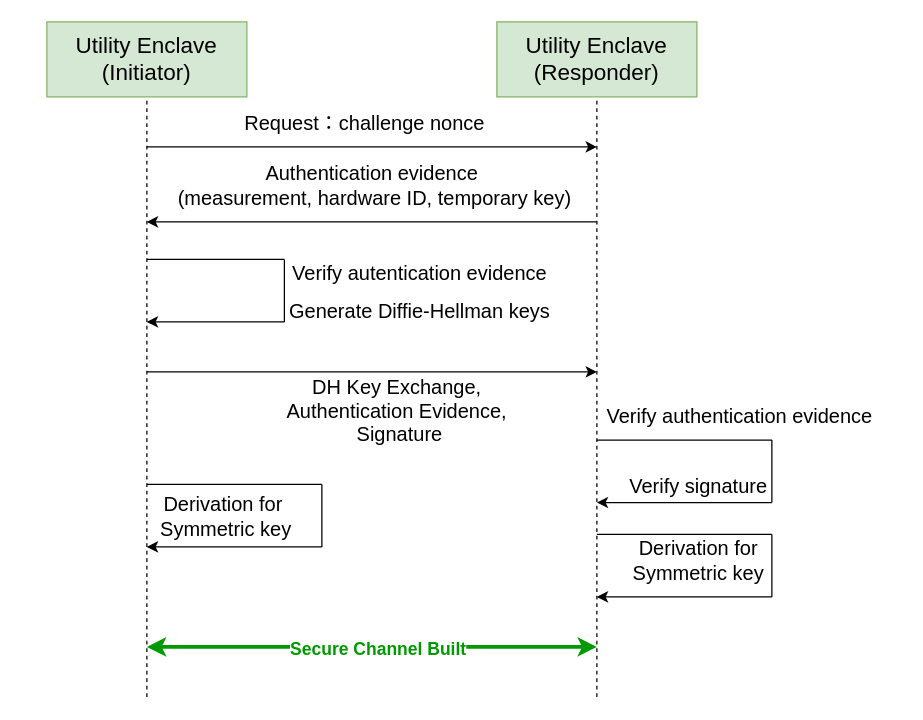
This is page "第 6 页" (6 of 19) of newarch.drawio from Zou1c/tmp, a draw.io file, before an edit. Source tidied: cells renumbered, new cells numbered last; positions are measured from the earlier drawing's top-left corner, leaving out a move shared by most shapes. Both pictures are drawn from the tidied source at 125%, with x=0, y=0 at pixel (46, 21).
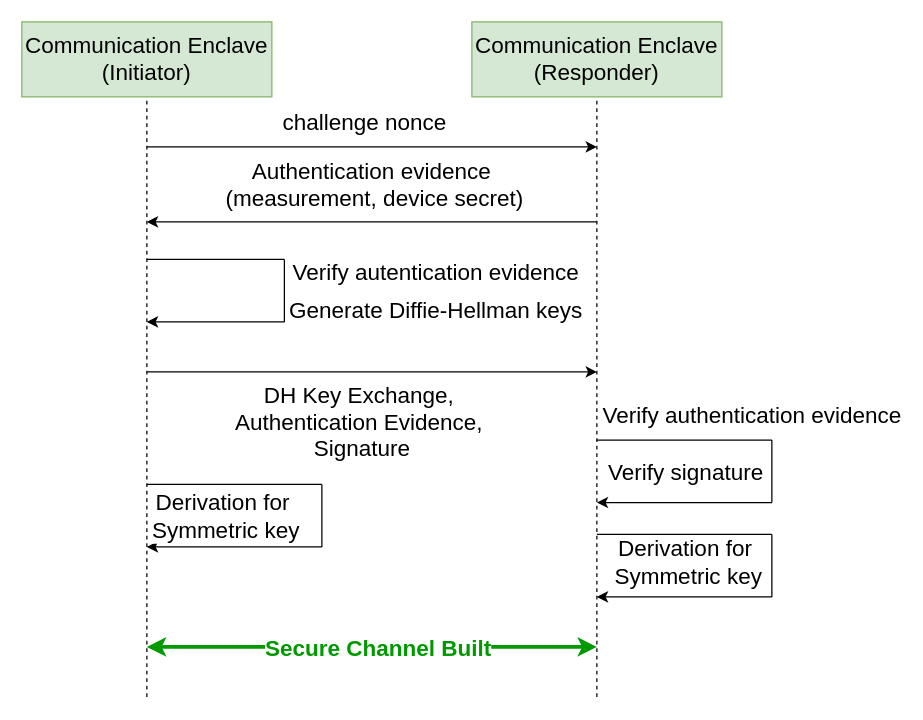
The same diagram, later.

Change to the diagram source:
```diff
@@
-    <mxCell id="2" value="Utility Enclave&lt;br&gt;(Initiator)" style="rounded=0;whiteSpace=wrap;html=1;fillColor=#d5e8d4;strokeColor=#82b366;fontSize=18;" parent="1" vertex="1">
-      <mxGeometry width="160" height="60" as="geometry" />
+    <mxCell id="2" value="Communication Enclave&lt;br&gt;(Initiator)" style="rounded=0;whiteSpace=wrap;html=1;fillColor=#d5e8d4;strokeColor=#82b366;fontSize=18;" parent="1" vertex="1">
+      <mxGeometry x="-20" width="200" height="60" as="geometry" />
     </mxCell>
-    <mxCell id="3" value="Utility Enclave&lt;br&gt;(Responder)" style="rounded=0;whiteSpace=wrap;html=1;fillColor=#d5e8d4;strokeColor=#82b366;fontSize=18;" parent="1" vertex="1">
-      <mxGeometry x="360" width="160" height="60" as="geometry" />
+    <mxCell id="3" value="Communication Enclave&lt;br&gt;(Responder)" style="rounded=0;whiteSpace=wrap;html=1;fillColor=#d5e8d4;strokeColor=#82b366;fontSize=18;" parent="1" vertex="1">
+      <mxGeometry x="340" width="200" height="60" as="geometry" />
     </mxCell>
-    <mxCell id="4" style="endArrow=none;dashed=1;html=1;rounded=0;entryX=0.5;entryY=1;entryDx=0;entryDy=0;" parent="1" edge="1" target="2">
+    <mxCell id="4" style="endArrow=none;dashed=1;html=1;rounded=0;entryX=0.5;entryY=1;entryDx=0;entryDy=0;fontSize=18;" parent="1" edge="1" target="2">
       <mxGeometry relative="1" as="geometry">
         <mxPoint x="80" y="540" as="sourcePoint" />
       </mxGeometry>
     </mxCell>
-    <mxCell id="5" style="endArrow=none;dashed=1;html=1;rounded=0;entryX=0.5;entryY=1;entryDx=0;entryDy=0;" parent="1" edge="1" target="3">
+    <mxCell id="5" style="endArrow=none;dashed=1;html=1;rounded=0;entryX=0.5;entryY=1;entryDx=0;entryDy=0;fontSize=18;" parent="1" edge="1" target="3">
       <mxGeometry relative="1" as="geometry">
         <mxPoint x="440" y="540" as="sourcePoint" />
       </mxGeometry>
     </mxCell>
-    <mxCell id="6" style="endArrow=classic;html=1;rounded=0;" parent="1" edge="1">
+    <mxCell id="6" style="endArrow=classic;html=1;rounded=0;fontSize=18;" parent="1" edge="1">
       <mxGeometry relative="1" as="geometry">
         <mxPoint x="80" y="100" as="sourcePoint" />
         <mxPoint x="440" y="100" as="targetPoint" />
       </mxGeometry>
     </mxCell>
-    <mxCell id="7" value="Request：challenge nonce" style="edgeLabel;html=1;align=center;verticalAlign=middle;fontSize=16;" parent="6" vertex="1">
+    <mxCell id="7" value="challenge nonce" style="edgeLabel;html=1;align=center;verticalAlign=middle;fontSize=18;" parent="6" vertex="1">
       <mxGeometry x="-0.04" y="2" relative="1" as="geometry">
         <mxPoint y="-18" as="offset" />
       </mxGeometry>
     </mxCell>
-    <mxCell id="8" style="endArrow=classic;html=1;rounded=0;" parent="1" edge="1">
+    <mxCell id="8" style="endArrow=classic;html=1;rounded=0;fontSize=18;" parent="1" edge="1">
       <mxGeometry relative="1" as="geometry">
         <mxPoint x="440" y="160" as="sourcePoint" />
         <mxPoint x="80" y="160" as="targetPoint" />
       </mxGeometry>
     </mxCell>
-    <mxCell id="9" value="Authentication evidence&amp;nbsp;&lt;div&gt;(measurement, hardware ID,&amp;nbsp;&lt;span style=&quot;background-color: light-dark(#ffffff, var(--ge-dark-color, #121212)); color: light-dark(rgb(0, 0, 0), rgb(255, 255, 255));&quot;&gt;temporary key&lt;/span&gt;&lt;span style=&quot;background-color: light-dark(#ffffff, var(--ge-dark-color, #121212)); color: light-dark(rgb(0, 0, 0), rgb(255, 255, 255));&quot;&gt;)&lt;/span&gt;&lt;/div&gt;" style="edgeLabel;html=1;align=center;verticalAlign=middle;fontSize=16;" parent="8" vertex="1">
+    <mxCell id="9" value="Authentication evidence&amp;nbsp;&lt;div&gt;(measurement, device secret&lt;span style=&quot;background-color: light-dark(#ffffff, var(--ge-dark-color, #121212)); color: light-dark(rgb(0, 0, 0), rgb(255, 255, 255));&quot;&gt;)&lt;/span&gt;&lt;/div&gt;" style="edgeLabel;html=1;align=center;verticalAlign=middle;fontSize=18;" parent="8" vertex="1">
       <mxGeometry x="0.04" y="-3" relative="1" as="geometry">
         <mxPoint x="8" y="-27" as="offset" />
       </mxGeometry>
     </mxCell>
-    <mxCell id="10" style="endArrow=classic;html=1;rounded=0;" parent="1" edge="1">
+    <mxCell id="10" style="endArrow=classic;html=1;rounded=0;fontSize=18;" parent="1" edge="1">
       <mxGeometry relative="1" as="geometry">
         <mxPoint x="80" y="280" as="sourcePoint" />
         <mxPoint x="440" y="280" as="targetPoint" />
       </mxGeometry>
     </mxCell>
-    <mxCell id="11" value="&lt;div&gt;DH Key Exchange,&amp;nbsp;&lt;/div&gt;&lt;div&gt;Authentication Evidence,&amp;nbsp;&lt;/div&gt;&lt;div&gt;Signature&lt;/div&gt;" style="edgeLabel;html=1;align=center;verticalAlign=middle;fontSize=16;" parent="10" vertex="1">
+    <mxCell id="11" value="&lt;div&gt;DH Key Exchange,&amp;nbsp;&lt;/div&gt;&lt;div&gt;Authentication Evidence,&amp;nbsp;&lt;/div&gt;&lt;div&gt;Signature&lt;/div&gt;" style="edgeLabel;html=1;align=center;verticalAlign=middle;fontSize=18;" parent="10" vertex="1">
       <mxGeometry x="-0.04" y="2" relative="1" as="geometry">
-        <mxPoint x="28" y="32" as="offset" />
+        <mxPoint x="-2" y="42" as="offset" />
       </mxGeometry>
     </mxCell>
-    <mxCell id="12" style="endArrow=classic;startArrow=classic;html=1;rounded=0;strokeWidth=3;strokeColor=#009900;" parent="1" edge="1">
+    <mxCell id="12" style="endArrow=classic;startArrow=classic;html=1;rounded=0;strokeWidth=3;strokeColor=#009900;fontSize=18;" parent="1" edge="1">
       <mxGeometry relative="1" as="geometry">
         <mxPoint x="80" y="500" as="sourcePoint" />
         <mxPoint x="440" y="500" as="targetPoint" />
       </mxGeometry>
     </mxCell>
-    <mxCell id="13" value="Secure Channel Built" style="edgeLabel;html=1;align=center;verticalAlign=middle;fontColor=#009900;fontStyle=1;fontSize=14;" parent="12" vertex="1">
+    <mxCell id="13" value="Secure Channel Built" style="edgeLabel;html=1;align=center;verticalAlign=middle;fontColor=#009900;fontStyle=1;fontSize=18;" parent="12" vertex="1">
       <mxGeometry x="0.02" y="-1" relative="1" as="geometry" />
     </mxCell>
-    <mxCell id="14" style="endArrow=classic;html=1;rounded=0;" parent="1" edge="1">
+    <mxCell id="14" style="endArrow=classic;html=1;rounded=0;fontSize=18;" parent="1" edge="1">
       <mxGeometry relative="1" as="geometry">
         <mxPoint x="190" y="240" as="sourcePoint" />
         <mxPoint x="80" y="240" as="targetPoint" />
       </mxGeometry>
     </mxCell>
-    <mxCell id="15" value="Verify autentication evidence" style="edgeLabel;html=1;align=center;verticalAlign=middle;fontSize=16;" parent="14" vertex="1">
+    <mxCell id="15" value="Verify autentication evidence" style="edgeLabel;html=1;align=center;verticalAlign=middle;fontSize=18;" parent="14" vertex="1">
       <mxGeometry x="0.04" y="-3" relative="1" as="geometry">
-        <mxPoint x="164" y="-37" as="offset" />
+        <mxPoint x="177" y="-37" as="offset" />
       </mxGeometry>
     </mxCell>
-    <mxCell id="16" style="endArrow=none;html=1;rounded=0;startArrow=none;startFill=0;" parent="1" edge="1">
+    <mxCell id="16" style="endArrow=none;html=1;rounded=0;startArrow=none;startFill=0;fontSize=18;" parent="1" edge="1">
       <mxGeometry relative="1" as="geometry">
         <mxPoint x="190" y="190" as="sourcePoint" />
         <mxPoint x="80" y="190" as="targetPoint" />
       </mxGeometry>
     </mxCell>
-    <mxCell id="17" style="endArrow=none;html=1;rounded=0;startArrow=none;startFill=0;" parent="1" edge="1">
+    <mxCell id="17" style="endArrow=none;html=1;rounded=0;startArrow=none;startFill=0;fontSize=18;" parent="1" edge="1">
       <mxGeometry relative="1" as="geometry">
         <mxPoint x="190" y="240" as="sourcePoint" />
         <mxPoint x="190" y="190" as="targetPoint" />
       </mxGeometry>
     </mxCell>
-    <mxCell id="18" value="Generate Diffie-Hellman keys" style="edgeLabel;html=1;align=center;verticalAlign=middle;fontSize=16;" parent="1" vertex="1">
-      <mxGeometry x="297" y="230" as="geometry" />
+    <mxCell id="18" value="Generate Diffie-Hellman keys" style="edgeLabel;html=1;align=center;verticalAlign=middle;fontSize=18;" parent="1" vertex="1">
+      <mxGeometry x="310" y="230" as="geometry" />
     </mxCell>
-    <mxCell id="19" style="endArrow=none;html=1;rounded=0;startArrow=none;startFill=0;" parent="1" edge="1">
+    <mxCell id="19" style="endArrow=none;html=1;rounded=0;startArrow=none;startFill=0;fontSize=18;" parent="1" edge="1">
       <mxGeometry relative="1" as="geometry">
         <mxPoint x="220" y="370" as="sourcePoint" />
         <mxPoint x="80" y="370" as="targetPoint" />
       </mxGeometry>
     </mxCell>
-    <mxCell id="20" style="endArrow=none;html=1;rounded=0;startArrow=none;startFill=0;" parent="1" edge="1">
+    <mxCell id="20" style="endArrow=none;html=1;rounded=0;startArrow=none;startFill=0;fontSize=18;" parent="1" edge="1">
       <mxGeometry relative="1" as="geometry">
         <mxPoint x="220" y="420" as="sourcePoint" />
         <mxPoint x="220" y="370" as="targetPoint" />
       </mxGeometry>
     </mxCell>
-    <mxCell id="21" style="endArrow=classic;html=1;rounded=0;" parent="1" edge="1">
+    <mxCell id="21" style="endArrow=classic;html=1;rounded=0;fontSize=18;" parent="1" edge="1">
       <mxGeometry relative="1" as="geometry">
         <mxPoint x="220" y="420" as="sourcePoint" />
         <mxPoint x="80" y="420" as="targetPoint" />
       </mxGeometry>
     </mxCell>
-    <mxCell id="22" value="&lt;div&gt;Derivation for&amp;nbsp;&lt;/div&gt;&lt;div&gt;&lt;span style=&quot;background-color: light-dark(#ffffff, var(--ge-dark-color, #121212)); color: light-dark(rgb(0, 0, 0), rgb(255, 255, 255));&quot;&gt;Symmetric key&lt;/span&gt;&lt;/div&gt;" style="edgeLabel;html=1;align=center;verticalAlign=middle;fontSize=16;" parent="1" vertex="1">
+    <mxCell id="22" value="&lt;div&gt;Derivation for&amp;nbsp;&lt;/div&gt;&lt;div&gt;&lt;span style=&quot;background-color: light-dark(#ffffff, var(--ge-dark-color, #121212)); color: light-dark(rgb(0, 0, 0), rgb(255, 255, 255));&quot;&gt;Symmetric key&lt;/span&gt;&lt;/div&gt;" style="edgeLabel;html=1;align=center;verticalAlign=middle;fontSize=18;" parent="1" vertex="1">
       <mxGeometry x="150" y="400" as="geometry">
         <mxPoint x="-8" y="-5" as="offset" />
       </mxGeometry>
     </mxCell>
-    <mxCell id="23" style="endArrow=none;html=1;rounded=0;startArrow=none;startFill=0;" parent="1" edge="1">
+    <mxCell id="23" style="endArrow=none;html=1;rounded=0;startArrow=none;startFill=0;fontSize=18;" parent="1" edge="1">
       <mxGeometry relative="1" as="geometry">
         <mxPoint x="580" y="410" as="sourcePoint" />
         <mxPoint x="440" y="410" as="targetPoint" />
       </mxGeometry>
     </mxCell>
-    <mxCell id="24" style="endArrow=none;html=1;rounded=0;startArrow=none;startFill=0;" parent="1" edge="1">
+    <mxCell id="24" style="endArrow=none;html=1;rounded=0;startArrow=none;startFill=0;fontSize=18;" parent="1" edge="1">
       <mxGeometry relative="1" as="geometry">
         <mxPoint x="580" y="460" as="sourcePoint" />
         <mxPoint x="580" y="410" as="targetPoint" />
       </mxGeometry>
     </mxCell>
-    <mxCell id="25" style="endArrow=classic;html=1;rounded=0;" parent="1" edge="1">
+    <mxCell id="25" style="endArrow=classic;html=1;rounded=0;fontSize=18;" parent="1" edge="1">
       <mxGeometry relative="1" as="geometry">
         <mxPoint x="580" y="460" as="sourcePoint" />
         <mxPoint x="440" y="460" as="targetPoint" />
       </mxGeometry>
     </mxCell>
-    <mxCell id="26" value="&lt;div&gt;Derivation for&lt;/div&gt;&lt;div&gt;Symmetric key&lt;/div&gt;" style="edgeLabel;html=1;align=center;verticalAlign=middle;fontSize=16;" parent="1" vertex="1">
-      <mxGeometry x="520" y="430" as="geometry" />
-    </mxCell>
-    <mxCell id="27" style="endArrow=none;html=1;rounded=0;startArrow=none;startFill=0;" parent="1" edge="1">
+    <mxCell id="27" style="endArrow=none;html=1;rounded=0;startArrow=none;startFill=0;fontSize=18;" parent="1" edge="1">
       <mxGeometry relative="1" as="geometry">
         <mxPoint x="580" y="334.5" as="sourcePoint" />
         <mxPoint x="440" y="334.5" as="targetPoint" />
       </mxGeometry>
     </mxCell>
-    <mxCell id="28" style="endArrow=none;html=1;rounded=0;startArrow=none;startFill=0;" parent="1" edge="1">
+    <mxCell id="28" style="endArrow=none;html=1;rounded=0;startArrow=none;startFill=0;fontSize=18;" parent="1" edge="1">
       <mxGeometry relative="1" as="geometry">
         <mxPoint x="580" y="384.5" as="sourcePoint" />
         <mxPoint x="580" y="334.5" as="targetPoint" />
       </mxGeometry>
     </mxCell>
-    <mxCell id="29" style="endArrow=classic;html=1;rounded=0;" parent="1" edge="1">
+    <mxCell id="29" style="endArrow=classic;html=1;rounded=0;fontSize=18;" parent="1" edge="1">
       <mxGeometry relative="1" as="geometry">
         <mxPoint x="580" y="384.5" as="sourcePoint" />
         <mxPoint x="440" y="384.5" as="targetPoint" />
       </mxGeometry>
     </mxCell>
-    <mxCell id="30" value="Verify authentication evidence" style="edgeLabel;html=1;align=center;verticalAlign=middle;fontSize=16;" parent="1" vertex="1">
-      <mxGeometry x="560" y="320" as="geometry">
+    <mxCell id="30" value="Verify authentication evidence" style="edgeLabel;html=1;align=center;verticalAlign=middle;fontSize=18;" parent="1" vertex="1">
+      <mxGeometry x="570" y="320" as="geometry">
         <mxPoint x="-7" y="-6" as="offset" />
       </mxGeometry>
     </mxCell>
-    <mxCell id="31" value="Verify signature" style="edgeLabel;html=1;align=center;verticalAlign=middle;fontSize=16;" parent="1" vertex="1">
-      <mxGeometry x="520" y="370" as="geometry" />
+    <mxCell id="31" value="Verify signature" style="edgeLabel;html=1;align=center;verticalAlign=middle;fontSize=18;" parent="1" vertex="1">
+      <mxGeometry x="510" y="360" as="geometry" />
     </mxCell>
+    <mxCell id="26" value="&lt;div&gt;Derivation for&amp;nbsp;&lt;/div&gt;&lt;div&gt;&lt;span style=&quot;background-color: light-dark(#ffffff, var(--ge-dark-color, #121212)); color: light-dark(rgb(0, 0, 0), rgb(255, 255, 255));&quot;&gt;Symmetric key&lt;/span&gt;&lt;/div&gt;" style="edgeLabel;html=1;align=center;verticalAlign=middle;fontSize=18;" parent="1" vertex="1">
+      <mxGeometry x="310" y="450" as="geometry">
+        <mxPoint x="202" y="-18" as="offset" />
+      </mxGeometry>
+    </mxCell>
```
